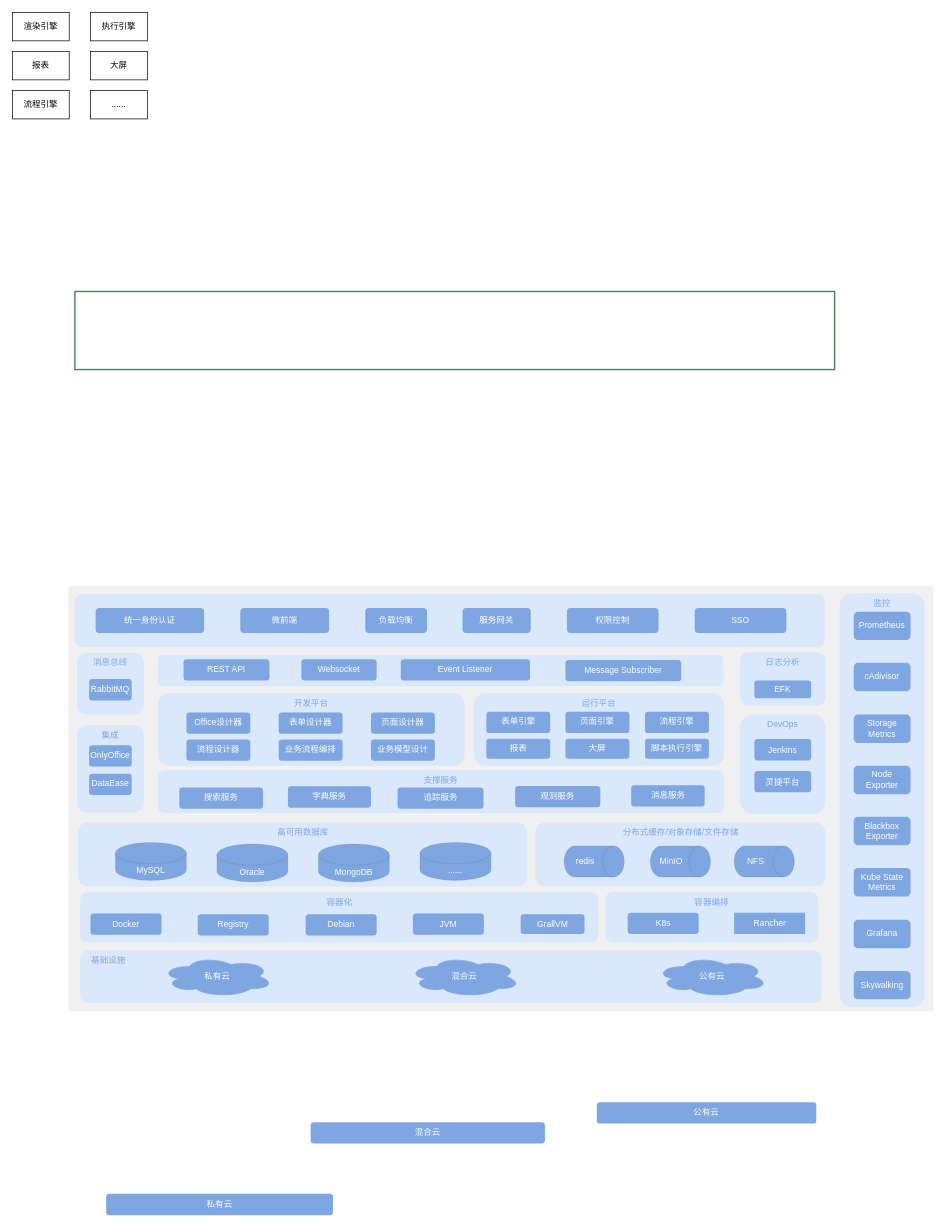
Earlier version of the draw.io diagram page "低代码技术架构" (2 of 2) of 学工技术架构.drawio (ProgrammerLZ/drawio). Source tidied: cells renumbered, new cells numbered last; positions are measured from the earlier drawing's top-left corner, leaving out a move shared by most shapes. Both pictures are drawn from the tidied source at 71%, with x=0, y=0 at pixel (12, 12).
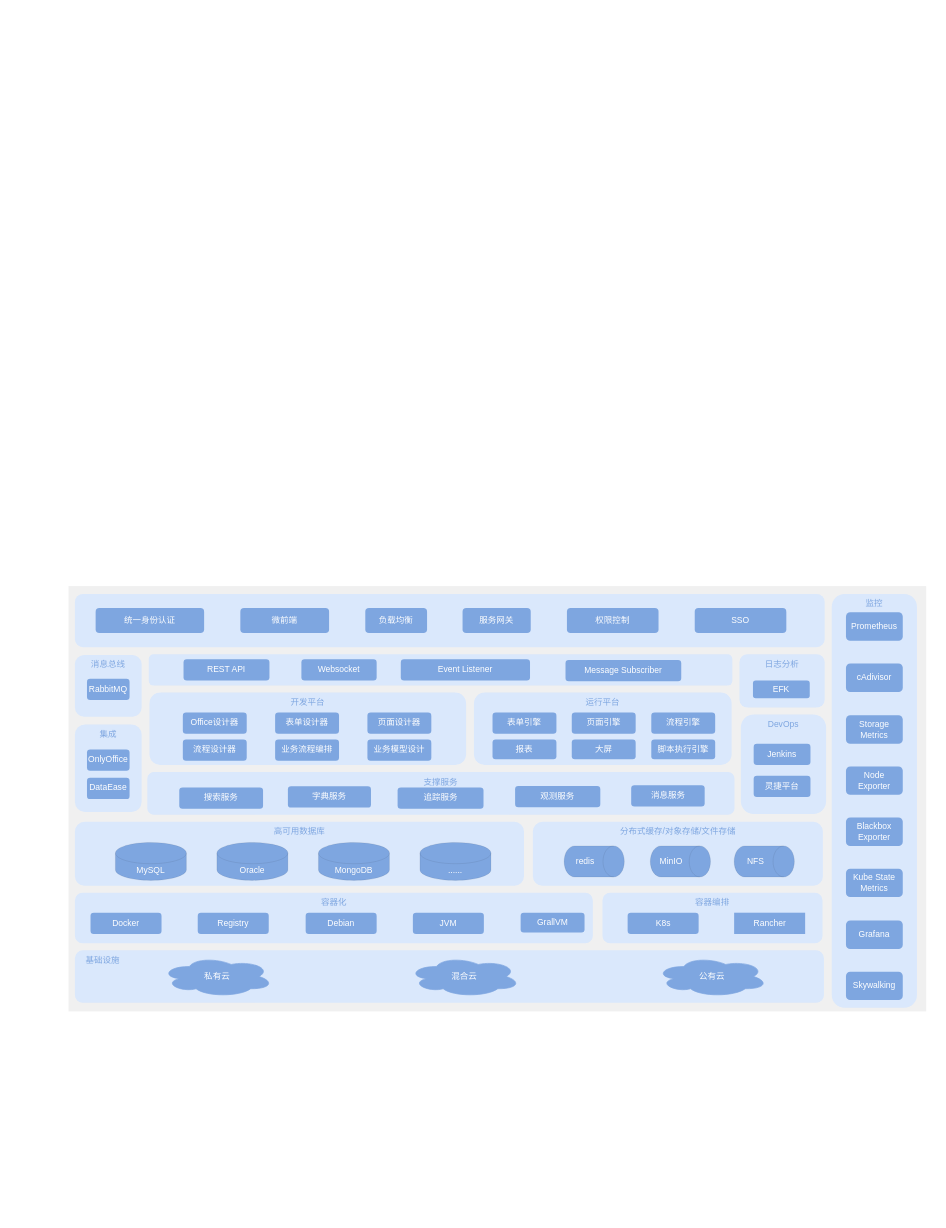
Above is the later version.

Commit message (it also covers changes not shown here):
更新学工技术架构.drawio

What changed in the source:
```diff
@@
     <mxCell id="2" style="rounded=0;whiteSpace=wrap;html=1;verticalAlign=top;fillColor=#EDEDED;strokeColor=none;fontColor=#333333;opacity=80;" parent="1" vertex="1">
-      <mxGeometry x="79" y="808" width="1218" height="599" as="geometry" />
+      <mxGeometry x="79" y="808" width="1208" height="599" as="geometry" />
     </mxCell>
     <mxCell id="3" value="容器编排" style="rounded=1;whiteSpace=wrap;html=1;verticalAlign=top;fillColor=#dae8fc;strokeColor=none;fontColor=#7EA6E0;" parent="1" vertex="1">
-      <mxGeometry x="835" y="1239" width="300" height="71" as="geometry" />
+      <mxGeometry x="831" y="1240" width="310" height="71" as="geometry" />
     </mxCell>
     <mxCell id="4" value="支撑服务" style="rounded=1;whiteSpace=wrap;html=1;verticalAlign=top;fillColor=#dae8fc;strokeColor=none;fontColor=#7EA6E0;" parent="1" vertex="1">
-      <mxGeometry x="205" y="1067.5" width="797" height="60" as="geometry" />
+      <mxGeometry x="190" y="1070" width="827" height="60" as="geometry" />
     </mxCell>
     <mxCell id="5" value="分布式缓存/对象存储/文件存储" style="rounded=1;whiteSpace=wrap;html=1;verticalAlign=top;fillColor=#dae8fc;strokeColor=none;fontColor=#7EA6E0;" parent="1" vertex="1">
-      <mxGeometry x="736.5" y="1141" width="408.5" height="90" as="geometry" />
+      <mxGeometry x="733" y="1140" width="408.5" height="90" as="geometry" />
     </mxCell>
     <mxCell id="6" value="DevOps" style="rounded=1;whiteSpace=wrap;html=1;verticalAlign=top;fillColor=#dae8fc;strokeColor=none;fontColor=#7EA6E0;" parent="1" vertex="1">
-      <mxGeometry x="1025" y="989" width="120" height="140" as="geometry" />
+      <mxGeometry x="1026" y="989" width="120" height="140" as="geometry" />
     </mxCell>
     <mxCell id="7" value="监控" style="rounded=1;whiteSpace=wrap;html=1;verticalAlign=top;fillColor=#dae8fc;strokeColor=none;fontColor=#7EA6E0;" parent="1" vertex="1">
-      <mxGeometry x="1165" y="818" width="120" height="583" as="geometry" />
+      <mxGeometry x="1154" y="819" width="120" height="583" as="geometry" />
     </mxCell>
     <mxCell id="8" style="rounded=1;whiteSpace=wrap;html=1;verticalAlign=middle;fillColor=#DAE8FC;fontColor=#7EA6E0;strokeColor=none;" parent="1" vertex="1">
-      <mxGeometry x="205" y="905" width="796" height="44" as="geometry" />
+      <mxGeometry x="192" y="904" width="822" height="44" as="geometry" />
     </mxCell>
     <mxCell id="9" value="高可用数据库" style="rounded=1;whiteSpace=wrap;html=1;verticalAlign=top;fillColor=#dae8fc;strokeColor=none;fontColor=#7EA6E0;" parent="1" vertex="1">
-      <mxGeometry x="92.5" y="1141" width="632.5" height="90" as="geometry" />
+      <mxGeometry x="88" y="1140" width="632.5" height="90" as="geometry" />
     </mxCell>
     <mxCell id="10" value="日志分析" style="rounded=1;whiteSpace=wrap;html=1;verticalAlign=top;fillColor=#DAE8FC;strokeColor=none;fontColor=#7EA6E0;" parent="1" vertex="1">
-      <mxGeometry x="1025" y="901" width="120" height="75" as="geometry" />
+      <mxGeometry x="1024" y="904" width="120" height="75" as="geometry" />
     </mxCell>
     <mxCell id="11" value="Prometheus" style="rounded=1;whiteSpace=wrap;html=1;fillColor=#7EA6E0;fontColor=#FFFFFF;strokeColor=none;" parent="1" vertex="1">
-      <mxGeometry x="1185" y="844" width="80" height="40" as="geometry" />
+      <mxGeometry x="1174" y="845" width="80" height="40" as="geometry" />
     </mxCell>
     <mxCell id="12" value="容器化" style="rounded=1;whiteSpace=wrap;html=1;verticalAlign=top;fillColor=#dae8fc;strokeColor=none;fontColor=#7EA6E0;" parent="1" vertex="1">
-      <mxGeometry x="95.5" y="1239" width="729.5" height="71" as="geometry" />
+      <mxGeometry x="88" y="1240" width="729.5" height="71" as="geometry" />
     </mxCell>
     <mxCell id="13" value="Docker" style="rounded=1;whiteSpace=wrap;html=1;fillColor=#7EA6E0;strokeColor=none;fontColor=#FFFFFF;" parent="1" vertex="1">
-      <mxGeometry x="110" y="1269" width="100" height="30" as="geometry" />
+      <mxGeometry x="110" y="1268" width="100" height="30" as="geometry" />
     </mxCell>
@@
     <mxCell id="15" value="&amp;nbsp; &amp;nbsp; 基础设施" style="rounded=1;whiteSpace=wrap;html=1;verticalAlign=top;fillColor=#dae8fc;strokeColor=none;fontColor=#7EA6E0;align=left;" parent="1" vertex="1">
-      <mxGeometry x="95.5" y="1321" width="1044" height="74" as="geometry" />
+      <mxGeometry x="88" y="1321" width="1055" height="74" as="geometry" />
     </mxCell>
-    <mxCell id="16" value="私有云" style="rounded=1;whiteSpace=wrap;html=1;fillColor=#7EA6E0;strokeColor=none;fontColor=#FFFFFF;shadow=0;glass=0;" parent="1" vertex="1">
-      <mxGeometry x="132" y="1664" width="319.5" height="30" as="geometry" />
-    </mxCell>
-    <mxCell id="17" value="混合云" style="rounded=1;whiteSpace=wrap;html=1;fillColor=#7EA6E0;strokeColor=none;fontColor=#FFFFFF;" parent="1" vertex="1">
-      <mxGeometry x="420" y="1563" width="330" height="30" as="geometry" />
-    </mxCell>
-    <mxCell id="18" value="公有云" style="rounded=1;whiteSpace=wrap;html=1;fillColor=#7EA6E0;strokeColor=none;fontColor=#FFFFFF;" parent="1" vertex="1">
-      <mxGeometry x="823" y="1535" width="309.2" height="30" as="geometry" />
-    </mxCell>
     <mxCell id="19" value="cAdivisor" style="rounded=1;whiteSpace=wrap;html=1;fillColor=#7EA6E0;fontColor=#FFFFFF;strokeColor=none;" parent="1" vertex="1">
-      <mxGeometry x="1185" y="916" width="80" height="40" as="geometry" />
+      <mxGeometry x="1174" y="917" width="80" height="40" as="geometry" />
     </mxCell>
     <mxCell id="20" value="Storage Metrics" style="rounded=1;whiteSpace=wrap;html=1;fillColor=#7EA6E0;fontColor=#FFFFFF;strokeColor=none;" parent="1" vertex="1">
-      <mxGeometry x="1185" y="989" width="80" height="40" as="geometry" />
+      <mxGeometry x="1174" y="990" width="80" height="40" as="geometry" />
     </mxCell>
     <mxCell id="21" value="Node&lt;div&gt;Exporter&lt;/div&gt;" style="rounded=1;whiteSpace=wrap;html=1;fillColor=#7EA6E0;fontColor=#FFFFFF;strokeColor=none;" parent="1" vertex="1">
-      <mxGeometry x="1185" y="1061" width="80" height="40" as="geometry" />
+      <mxGeometry x="1174" y="1062" width="80" height="40" as="geometry" />
     </mxCell>
     <mxCell id="22" value="Blackbox&lt;div&gt;Exporter&lt;/div&gt;" style="rounded=1;whiteSpace=wrap;html=1;fillColor=#7EA6E0;fontColor=#FFFFFF;strokeColor=none;" parent="1" vertex="1">
-      <mxGeometry x="1185" y="1133" width="80" height="40" as="geometry" />
+      <mxGeometry x="1174" y="1134" width="80" height="40" as="geometry" />
     </mxCell>
     <mxCell id="23" value="灵捷平台" style="rounded=1;whiteSpace=wrap;html=1;fillColor=#7EA6E0;fontColor=#FFFFFF;strokeColor=none;" parent="1" vertex="1">
-      <mxGeometry x="1045" y="1068.5" width="80" height="30" as="geometry" />
+      <mxGeometry x="1044" y="1075" width="80" height="30" as="geometry" />
     </mxCell>
     <mxCell id="24" value="Kube State&lt;div&gt;Metrics&lt;/div&gt;" style="rounded=1;whiteSpace=wrap;html=1;fillColor=#7EA6E0;fontColor=#FFFFFF;strokeColor=none;" parent="1" vertex="1">
-      <mxGeometry x="1185" y="1205" width="80" height="40" as="geometry" />
+      <mxGeometry x="1174" y="1206" width="80" height="40" as="geometry" />
     </mxCell>
@@
     <mxCell id="26" value="Jenkins" style="rounded=1;whiteSpace=wrap;html=1;fillColor=#7EA6E0;fontColor=#FFFFFF;strokeColor=none;" parent="1" vertex="1">
-      <mxGeometry x="1045" y="1023.5" width="80" height="30" as="geometry" />
+      <mxGeometry x="1044" y="1030" width="80" height="30" as="geometry" />
     </mxCell>
     <mxCell id="27" value="EFK" style="rounded=1;whiteSpace=wrap;html=1;fillColor=#7EA6E0;fontColor=#FFFFFF;strokeColor=none;" parent="1" vertex="1">
-      <mxGeometry x="1045" y="941" width="80" height="25" as="geometry" />
+      <mxGeometry x="1043" y="941" width="80" height="25" as="geometry" />
     </mxCell>
     <mxCell id="28" value="开发平台" style="rounded=1;whiteSpace=wrap;html=1;verticalAlign=top;fillColor=#dae8fc;strokeColor=none;fontColor=#7EA6E0;" parent="1" vertex="1">
-      <mxGeometry x="205" y="959" width="432" height="102" as="geometry" />
+      <mxGeometry x="193" y="958" width="446" height="102" as="geometry" />
     </mxCell>
     <mxCell id="29" value="消息总线" style="rounded=1;whiteSpace=wrap;html=1;verticalAlign=top;fillColor=#dae8fc;strokeColor=none;fontColor=#7EA6E0;" parent="1" vertex="1">
-      <mxGeometry x="91" y="902" width="94" height="87" as="geometry" />
+      <mxGeometry x="88" y="905" width="94" height="87" as="geometry" />
     </mxCell>
     <mxCell id="30" value="RabbitMQ" style="rounded=1;whiteSpace=wrap;html=1;verticalAlign=top;fillColor=#7EA6E0;fontColor=#FFFFFF;strokeColor=none;" parent="1" vertex="1">
-      <mxGeometry x="108" y="939" width="60" height="30" as="geometry" />
+      <mxGeometry x="105" y="938.5" width="60" height="30" as="geometry" />
     </mxCell>
     <mxCell id="31" value="集成" style="rounded=1;whiteSpace=wrap;html=1;verticalAlign=top;fillColor=#dae8fc;strokeColor=none;fontColor=#7EA6E0;" parent="1" vertex="1">
-      <mxGeometry x="91" y="1004" width="94" height="123" as="geometry" />
+      <mxGeometry x="88" y="1003" width="94" height="123" as="geometry" />
     </mxCell>
     <mxCell id="32" value="OnlyOffice" style="rounded=1;whiteSpace=wrap;html=1;verticalAlign=top;fillColor=#7EA6E0;fontColor=#FFFFFF;strokeColor=none;" parent="1" vertex="1">
-      <mxGeometry x="108" y="1032.2" width="60" height="30" as="geometry" />
+      <mxGeometry x="105" y="1038" width="60" height="30" as="geometry" />
     </mxCell>
     <mxCell id="33" value="DataEase" style="rounded=1;whiteSpace=wrap;html=1;verticalAlign=top;fillColor=#7EA6E0;fontColor=#FFFFFF;strokeColor=none;" parent="1" vertex="1">
-      <mxGeometry x="108" y="1072.2" width="60" height="30" as="geometry" />
+      <mxGeometry x="105" y="1078" width="60" height="30" as="geometry" />
     </mxCell>
     <mxCell id="34" value="Grafana" style="rounded=1;whiteSpace=wrap;html=1;fillColor=#7EA6E0;fontColor=#FFFFFF;strokeColor=none;" parent="1" vertex="1">
-      <mxGeometry x="1185" y="1278" width="80" height="40" as="geometry" />
+      <mxGeometry x="1174" y="1279" width="80" height="40" as="geometry" />
     </mxCell>
     <mxCell id="35" value="Skywalking" style="rounded=1;whiteSpace=wrap;html=1;fillColor=#7EA6E0;fontColor=#FFFFFF;strokeColor=none;" parent="1" vertex="1">
-      <mxGeometry x="1185" y="1350" width="80" height="40" as="geometry" />
+      <mxGeometry x="1174" y="1351" width="80" height="40" as="geometry" />
     </mxCell>
@@
-    <mxCell id="40" style="rounded=0;whiteSpace=wrap;html=1;verticalAlign=top;fillColor=none;strokeColor=#004C15;fontColor=#7EA6E0;opacity=70;strokeWidth=2;" parent="1" vertex="1">
-      <mxGeometry x="88" y="393" width="1070" height="110" as="geometry" />
-    </mxCell>
     <mxCell id="41" value="运行平台" style="rounded=1;whiteSpace=wrap;html=1;verticalAlign=top;fillColor=#dae8fc;strokeColor=none;fontColor=#7EA6E0;" parent="1" vertex="1">
-      <mxGeometry x="650" y="959" width="352" height="102" as="geometry" />
+      <mxGeometry x="650" y="958" width="363" height="102" as="geometry" />
     </mxCell>
-    <mxCell id="42" value="报表" style="rounded=0;whiteSpace=wrap;html=1;" parent="1" vertex="1">
-      <mxGeometry y="55" width="80" height="40" as="geometry" />
-    </mxCell>
-    <mxCell id="43" value="大屏" style="rounded=0;whiteSpace=wrap;html=1;" parent="1" vertex="1">
-      <mxGeometry x="110" y="55" width="80" height="40" as="geometry" />
-    </mxCell>
-    <mxCell id="44" value="渲染引擎" style="rounded=0;whiteSpace=wrap;html=1;" parent="1" vertex="1">
-      <mxGeometry width="80" height="40" as="geometry" />
-    </mxCell>
-    <mxCell id="45" value="执行引擎" style="rounded=0;whiteSpace=wrap;html=1;" parent="1" vertex="1">
-      <mxGeometry x="110" width="80" height="40" as="geometry" />
-    </mxCell>
-    <mxCell id="46" value="流程引擎" style="rounded=0;whiteSpace=wrap;html=1;" parent="1" vertex="1">
-      <mxGeometry y="110" width="80" height="40" as="geometry" />
-    </mxCell>
-    <mxCell id="47" value="......" style="rounded=0;whiteSpace=wrap;html=1;" parent="1" vertex="1">
-      <mxGeometry x="110" y="110" width="80" height="40" as="geometry" />
-    </mxCell>
     <mxCell id="48" value="&lt;span style=&quot;&quot;&gt;表单引擎&lt;/span&gt;" style="rounded=1;whiteSpace=wrap;html=1;verticalAlign=top;fillColor=#7EA6E0;fontColor=#FFFFFF;strokeColor=none;" parent="1" vertex="1">
-      <mxGeometry x="667.5" y="985" width="90" height="30" as="geometry" />
+      <mxGeometry x="676.2" y="986" width="90" height="30" as="geometry" />
     </mxCell>
     <mxCell id="49" value="&lt;span style=&quot;&quot;&gt;报表&lt;/span&gt;" style="rounded=1;whiteSpace=wrap;html=1;verticalAlign=top;fillColor=#7EA6E0;fontColor=#FFFFFF;strokeColor=none;" parent="1" vertex="1">
-      <mxGeometry x="667.5" y="1023" width="90" height="28" as="geometry" />
+      <mxGeometry x="676.2" y="1024" width="90" height="28" as="geometry" />
     </mxCell>
     <mxCell id="50" value="页面引擎" style="rounded=1;whiteSpace=wrap;html=1;verticalAlign=top;fillColor=#7EA6E0;fontColor=#FFFFFF;strokeColor=none;" parent="1" vertex="1">
-      <mxGeometry x="779" y="985" width="90" height="30" as="geometry" />
+      <mxGeometry x="787.8" y="986" width="90" height="30" as="geometry" />
     </mxCell>
     <mxCell id="51" value="&lt;span style=&quot;&quot;&gt;大屏&lt;/span&gt;" style="rounded=1;whiteSpace=wrap;html=1;verticalAlign=top;fillColor=#7EA6E0;fontColor=#FFFFFF;strokeColor=none;" parent="1" vertex="1">
-      <mxGeometry x="779" y="1023" width="90" height="28" as="geometry" />
+      <mxGeometry x="787.8" y="1024" width="90" height="28" as="geometry" />
     </mxCell>
     <mxCell id="52" value="&lt;span style=&quot;&quot;&gt;流程引擎&lt;/span&gt;" style="rounded=1;whiteSpace=wrap;html=1;verticalAlign=top;fillColor=#7EA6E0;fontColor=#FFFFFF;strokeColor=none;" parent="1" vertex="1">
-      <mxGeometry x="891" y="985" width="90" height="30" as="geometry" />
+      <mxGeometry x="899.8" y="986" width="90" height="30" as="geometry" />
     </mxCell>
@@
     <mxCell id="55" value="&lt;div&gt;Oracle&lt;/div&gt;" style="shape=cylinder3;whiteSpace=wrap;html=1;boundedLbl=1;backgroundOutline=1;size=15;rounded=0;strokeColor=default;align=center;verticalAlign=bottom;fontFamily=Helvetica;fontSize=12;fontColor=#FFFFFF;fillColor=#7EA6E0;strokeWidth=0;" parent="1" vertex="1">
-      <mxGeometry x="288" y="1171.2" width="100" height="53.5" as="geometry" />
+      <mxGeometry x="288" y="1169" width="100" height="53.5" as="geometry" />
     </mxCell>
@@
     <mxCell id="57" value="&lt;span style=&quot;&quot;&gt;Office设计器&lt;/span&gt;" style="rounded=1;whiteSpace=wrap;html=1;verticalAlign=top;fillColor=#7EA6E0;fontColor=#FFFFFF;strokeColor=none;" parent="1" vertex="1">
-      <mxGeometry x="245" y="986" width="90" height="30" as="geometry" />
+      <mxGeometry x="240" y="986" width="90" height="30" as="geometry" />
     </mxCell>
     <mxCell id="58" value="表单设计器" style="rounded=1;whiteSpace=wrap;html=1;verticalAlign=top;fillColor=#7EA6E0;fontColor=#FFFFFF;strokeColor=none;" parent="1" vertex="1">
-      <mxGeometry x="375" y="986" width="90" height="30" as="geometry" />
+      <mxGeometry x="370" y="986" width="90" height="30" as="geometry" />
     </mxCell>
     <mxCell id="59" value="&lt;div&gt;MongoDB&lt;/div&gt;" style="shape=cylinder3;whiteSpace=wrap;html=1;boundedLbl=1;backgroundOutline=1;size=15;rounded=0;strokeColor=default;align=center;verticalAlign=bottom;fontFamily=Helvetica;fontSize=12;fontColor=#FFFFFF;fillColor=#7EA6E0;strokeWidth=0;" parent="1" vertex="1">
-      <mxGeometry x="431" y="1171.2" width="100" height="53.5" as="geometry" />
+      <mxGeometry x="431" y="1169" width="100" height="53.5" as="geometry" />
     </mxCell>
     <mxCell id="60" value="&lt;span style=&quot;&quot;&gt;脚本执行引擎&lt;/span&gt;" style="rounded=1;whiteSpace=wrap;html=1;verticalAlign=top;fillColor=#7EA6E0;fontColor=#FFFFFF;strokeColor=none;" parent="1" vertex="1">
-      <mxGeometry x="891" y="1023" width="90" height="28" as="geometry" />
+      <mxGeometry x="899.8" y="1024" width="90" height="28" as="geometry" />
     </mxCell>
     <mxCell id="61" value="页面设计器" style="rounded=1;whiteSpace=wrap;html=1;verticalAlign=top;fillColor=#7EA6E0;fontColor=#FFFFFF;strokeColor=none;" parent="1" vertex="1">
-      <mxGeometry x="505" y="986" width="90" height="30" as="geometry" />
+      <mxGeometry x="500" y="986" width="90" height="30" as="geometry" />
     </mxCell>
     <mxCell id="62" value="&lt;span style=&quot;&quot;&gt;流程设计器&lt;/span&gt;" style="rounded=1;whiteSpace=wrap;html=1;verticalAlign=top;fillColor=#7EA6E0;fontColor=#FFFFFF;strokeColor=none;" parent="1" vertex="1">
-      <mxGeometry x="245" y="1024" width="90" height="30" as="geometry" />
+      <mxGeometry x="240" y="1024" width="90" height="30" as="geometry" />
     </mxCell>
     <mxCell id="63" value="&lt;span style=&quot;&quot;&gt;业务流程编排&lt;/span&gt;" style="rounded=1;whiteSpace=wrap;html=1;verticalAlign=top;fillColor=#7EA6E0;fontColor=#FFFFFF;strokeColor=none;" parent="1" vertex="1">
-      <mxGeometry x="375" y="1024" width="90" height="30" as="geometry" />
+      <mxGeometry x="370" y="1024" width="90" height="30" as="geometry" />
     </mxCell>
     <mxCell id="64" value="&lt;span style=&quot;&quot;&gt;业务模型设计&lt;/span&gt;" style="rounded=1;whiteSpace=wrap;html=1;verticalAlign=top;fillColor=#7EA6E0;fontColor=#FFFFFF;strokeColor=none;" parent="1" vertex="1">
-      <mxGeometry x="505" y="1024" width="90" height="30" as="geometry" />
+      <mxGeometry x="500" y="1024" width="90" height="30" as="geometry" />
     </mxCell>
@@
     <mxCell id="66" value="Registry" style="rounded=1;whiteSpace=wrap;html=1;fillColor=#7EA6E0;strokeColor=none;fontColor=#FFFFFF;" parent="1" vertex="1">
-      <mxGeometry x="261" y="1270" width="100" height="30" as="geometry" />
+      <mxGeometry x="261" y="1268" width="100" height="30" as="geometry" />
     </mxCell>
     <mxCell id="67" value="Debian" style="rounded=1;whiteSpace=wrap;html=1;fillColor=#7EA6E0;strokeColor=none;fontColor=#FFFFFF;" parent="1" vertex="1">
-      <mxGeometry x="413" y="1270" width="100" height="30" as="geometry" />
+      <mxGeometry x="413" y="1268" width="100" height="30" as="geometry" />
     </mxCell>
     <mxCell id="68" value="JVM" style="rounded=1;whiteSpace=wrap;html=1;fillColor=#7EA6E0;strokeColor=none;fontColor=#FFFFFF;" parent="1" vertex="1">
-      <mxGeometry x="564" y="1269" width="100" height="30" as="geometry" />
+      <mxGeometry x="564" y="1268" width="100" height="30" as="geometry" />
     </mxCell>
     <mxCell id="69" value="&lt;span style=&quot;&quot;&gt;GrallVM&lt;/span&gt;" style="rounded=1;whiteSpace=wrap;html=1;verticalAlign=top;fillColor=#7EA6E0;fontColor=#FFFFFF;strokeColor=none;" parent="1" vertex="1">
-      <mxGeometry x="715.8" y="1270" width="90" height="28" as="geometry" />
+      <mxGeometry x="715.8" y="1268" width="90" height="28" as="geometry" />
     </mxCell>
```
